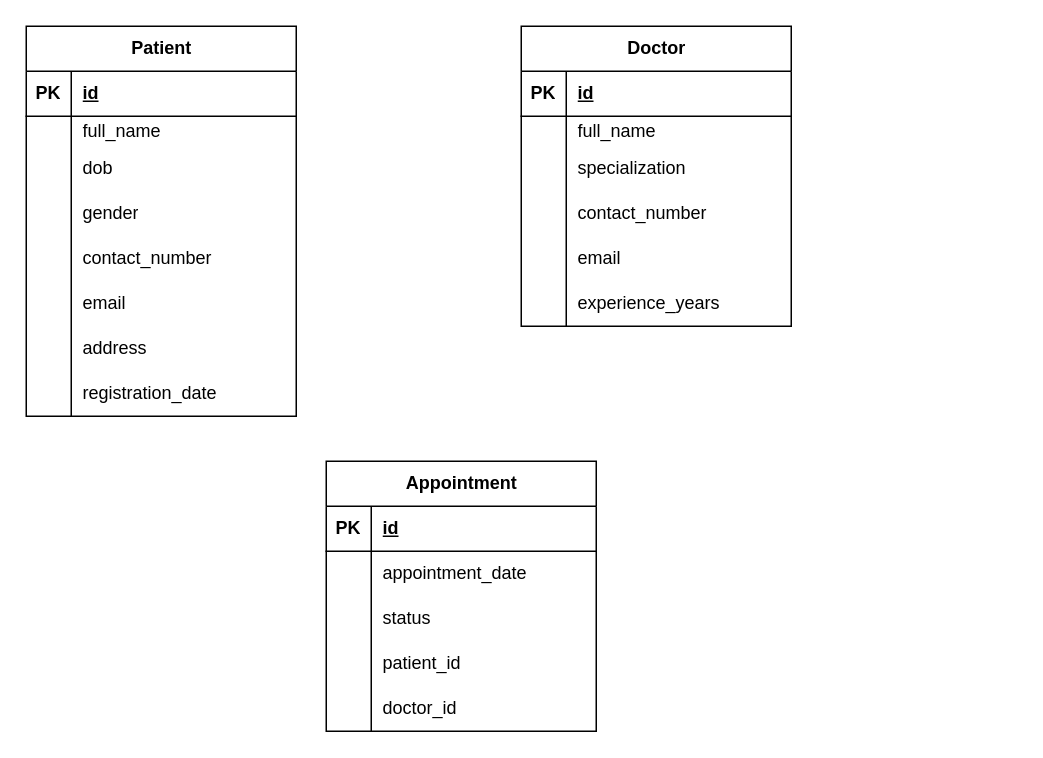
The draw.io diagram Untitled Diagram.drawio in trinshika/Relationship, before the edit. Source tidied: cells renumbered, new cells numbered last; positions are measured from the earlier drawing's top-left corner, leaving out a move shared by most shapes. Both pictures are drawn from the tidied source at 150%, with x=0, y=0 at pixel (26, 26).
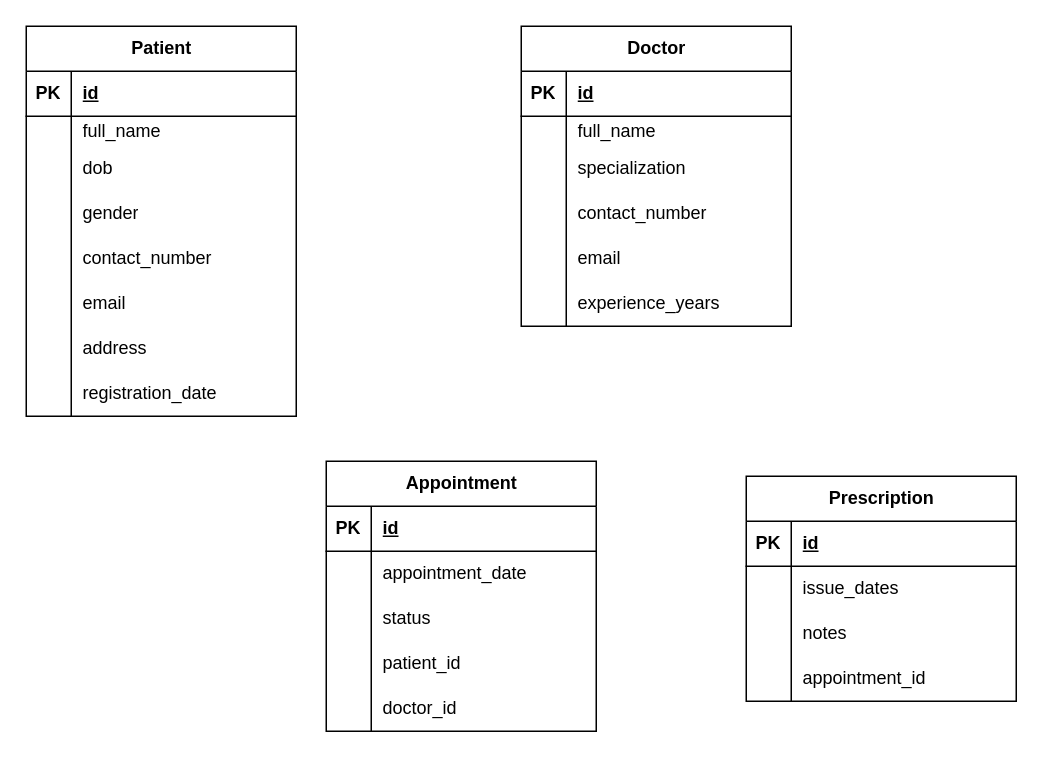
The same diagram, later.

Diff of the diagram source:
```diff
@@
+    <mxCell id="62" value="Prescription" style="shape=table;startSize=30;childLayout=tableLayout;rowLines=0;fontStyle=1;align=center;html=1;" parent="1" vertex="1">
+      <mxGeometry x="480" y="300" width="180" height="150" as="geometry" />
+    </mxCell>
+    <mxCell id="63" style="shape=tableRow;horizontal=0;startSize=0;swimlaneHead=0;swimlaneBody=0;fillColor=none;top=0;left=0;right=0;bottom=1;" parent="62" vertex="1">
+      <mxGeometry y="30" width="180" height="30" as="geometry" />
+    </mxCell>
+    <mxCell id="64" value="PK" style="shape=partialRectangle;fillColor=none;top=0;left=0;bottom=0;right=0;fontStyle=1;overflow=hidden;whiteSpace=wrap;html=1;" parent="63" vertex="1">
+      <mxGeometry width="30" height="30" as="geometry" />
+    </mxCell>
+    <mxCell id="65" value="id" style="shape=partialRectangle;fillColor=none;top=0;left=0;bottom=0;right=0;align=left;spacingLeft=6;fontStyle=5;overflow=hidden;whiteSpace=wrap;html=1;" parent="63" vertex="1">
+      <mxGeometry x="30" width="150" height="30" as="geometry" />
+    </mxCell>
+    <mxCell id="66" style="shape=tableRow;horizontal=0;startSize=0;swimlaneHead=0;swimlaneBody=0;fillColor=none;top=0;left=0;right=0;bottom=0;" parent="62" vertex="1">
+      <mxGeometry y="60" width="180" height="30" as="geometry" />
+    </mxCell>
+    <mxCell id="67" style="shape=partialRectangle;fillColor=none;top=0;left=0;bottom=0;right=0;overflow=hidden;whiteSpace=wrap;html=1;" parent="66" vertex="1">
+      <mxGeometry width="30" height="30" as="geometry" />
+    </mxCell>
+    <mxCell id="68" value="issue_dates" style="shape=partialRectangle;fillColor=none;top=0;left=0;bottom=0;right=0;align=left;spacingLeft=6;overflow=hidden;whiteSpace=wrap;html=1;" parent="66" vertex="1">
+      <mxGeometry x="30" width="150" height="30" as="geometry" />
+    </mxCell>
+    <mxCell id="69" style="shape=tableRow;horizontal=0;startSize=0;swimlaneHead=0;swimlaneBody=0;fillColor=none;top=0;left=0;right=0;bottom=0;" parent="62" vertex="1">
+      <mxGeometry y="90" width="180" height="30" as="geometry" />
+    </mxCell>
+    <mxCell id="70" style="shape=partialRectangle;fillColor=none;top=0;left=0;bottom=0;right=0;overflow=hidden;whiteSpace=wrap;html=1;" parent="69" vertex="1">
+      <mxGeometry width="30" height="30" as="geometry" />
+    </mxCell>
+    <mxCell id="71" value="notes" style="shape=partialRectangle;fillColor=none;top=0;left=0;bottom=0;right=0;align=left;spacingLeft=6;overflow=hidden;whiteSpace=wrap;html=1;" parent="69" vertex="1">
+      <mxGeometry x="30" width="150" height="30" as="geometry" />
+    </mxCell>
+    <mxCell id="72" style="shape=tableRow;horizontal=0;startSize=0;swimlaneHead=0;swimlaneBody=0;fillColor=none;top=0;left=0;right=0;bottom=0;" parent="62" vertex="1">
+      <mxGeometry y="120" width="180" height="30" as="geometry" />
+    </mxCell>
+    <mxCell id="73" style="shape=partialRectangle;fillColor=none;top=0;left=0;bottom=0;right=0;overflow=hidden;whiteSpace=wrap;html=1;" parent="72" vertex="1">
+      <mxGeometry width="30" height="30" as="geometry" />
+    </mxCell>
+    <mxCell id="74" value="appointment_id" style="shape=partialRectangle;fillColor=none;top=0;left=0;bottom=0;right=0;align=left;spacingLeft=6;overflow=hidden;whiteSpace=wrap;html=1;" parent="72" vertex="1">
+      <mxGeometry x="30" width="150" height="30" as="geometry" />
+    </mxCell>
```
